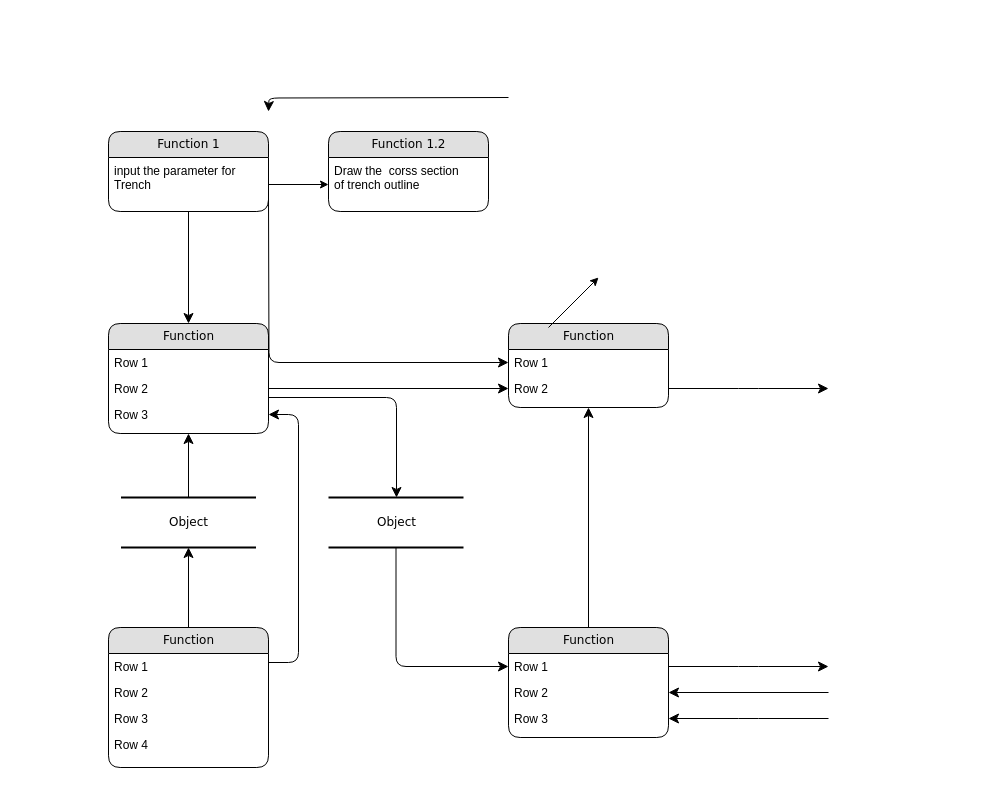
This is Untitled Diagram.drawio from OMEN-Watson/CodeExercises, a draw.io file, before an edit. Source tidied: cells renumbered, new cells numbered last; positions are measured from the earlier drawing's top-left corner, leaving out a move shared by most shapes. Both pictures are drawn from the tidied source at 100%, with x=0, y=0 at pixel (108, 97).
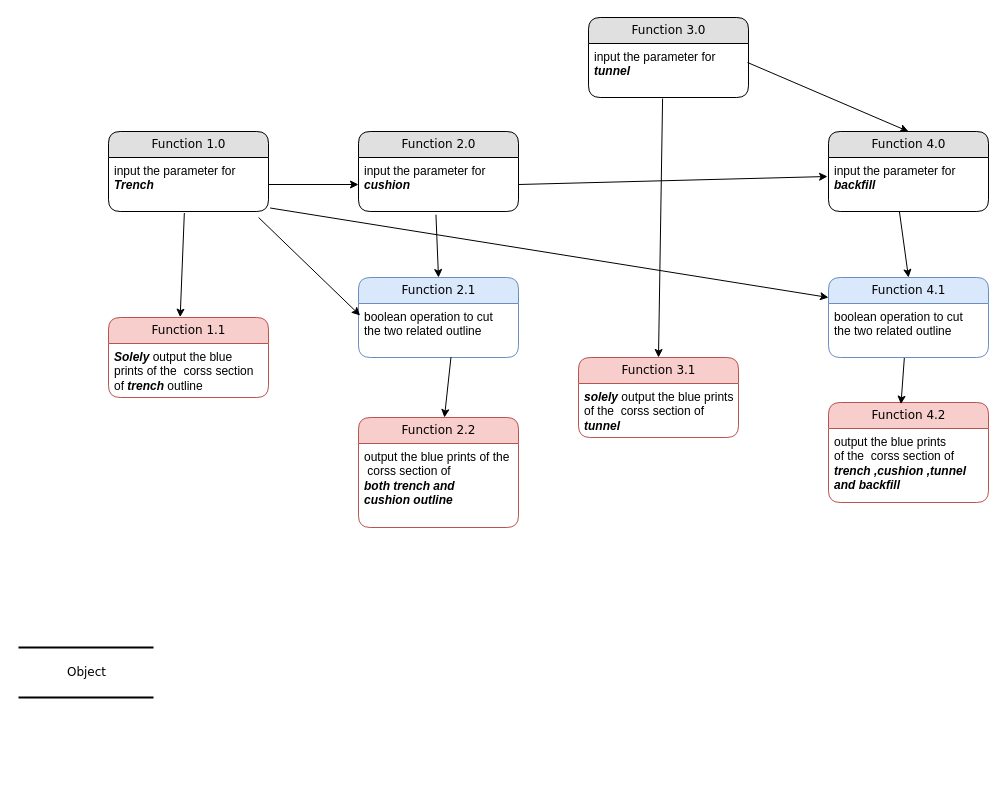
Above is the later version.

Diff of the diagram source:
```diff
@@
     <mxCell id="2" value="Object" style="html=1;rounded=0;shadow=0;comic=0;labelBackgroundColor=none;strokeWidth=2;fontFamily=Verdana;fontSize=12;align=center;shape=mxgraph.ios7ui.horLines;" parent="1" vertex="1">
-      <mxGeometry x="12.5" y="400" width="135" height="50" as="geometry" />
+      <mxGeometry x="-90" y="550" width="135" height="50" as="geometry" />
     </mxCell>
-    <mxCell id="3" value="Function 1" style="swimlane;html=1;fontStyle=0;horizontal=1;startSize=26;fillColor=#e0e0e0;swimlaneFillColor=#ffffff;align=center;rounded=1;shadow=0;comic=0;labelBackgroundColor=none;strokeWidth=1;fontFamily=Verdana;fontSize=12;" parent="1" vertex="1">
+    <mxCell id="3" value="Function 1.0" style="swimlane;html=1;fontStyle=0;horizontal=1;startSize=26;fillColor=#e0e0e0;swimlaneFillColor=#ffffff;align=center;rounded=1;shadow=0;comic=0;labelBackgroundColor=none;strokeWidth=1;fontFamily=Verdana;fontSize=12;" parent="1" vertex="1">
       <mxGeometry y="34" width="160" height="80" as="geometry" />
     </mxCell>
-    <mxCell id="4" value="input the parameter for Trench&lt;div&gt;&lt;br&gt;&lt;/div&gt;" style="text;html=1;strokeColor=none;fillColor=none;spacingLeft=4;spacingRight=4;whiteSpace=wrap;overflow=hidden;points=[[0,0.5],[1,0.5]];portConstraint=eastwest;" parent="3" vertex="1">
+    <mxCell id="4" value="input the parameter for &lt;b&gt;&lt;i&gt;Trench&lt;/i&gt;&lt;/b&gt;&lt;div&gt;&lt;br&gt;&lt;/div&gt;" style="text;html=1;strokeColor=none;fillColor=none;spacingLeft=4;spacingRight=4;whiteSpace=wrap;overflow=hidden;points=[[0,0.5],[1,0.5]];portConstraint=eastwest;" parent="3" vertex="1">
       <mxGeometry y="26" width="160" height="54" as="geometry" />
     </mxCell>
-    <mxCell id="5" value="Function 1.2" style="swimlane;html=1;fontStyle=0;horizontal=1;startSize=26;fillColor=#e0e0e0;swimlaneFillColor=#ffffff;align=center;rounded=1;shadow=0;comic=0;labelBackgroundColor=none;strokeWidth=1;fontFamily=Verdana;fontSize=12;" parent="1" vertex="1">
-      <mxGeometry x="220" y="34" width="160" height="80" as="geometry" />
+    <mxCell id="5" value="Function 1.1" style="swimlane;html=1;fontStyle=0;horizontal=1;startSize=26;fillColor=#f8cecc;swimlaneFillColor=#ffffff;align=center;rounded=1;shadow=0;comic=0;labelBackgroundColor=none;strokeWidth=1;fontFamily=Verdana;fontSize=12;strokeColor=#b85450;" parent="1" vertex="1">
+      <mxGeometry y="220" width="160" height="80" as="geometry" />
     </mxCell>
-    <mxCell id="6" value="Draw the &lt;span style=&quot;background-color: initial;&quot;&gt;&amp;nbsp;corss section of&amp;nbsp;&lt;/span&gt;trench&amp;nbsp;&lt;span style=&quot;background-color: initial;&quot;&gt;outline&lt;/span&gt;" style="text;html=1;strokeColor=none;fillColor=none;spacingLeft=4;spacingRight=4;whiteSpace=wrap;overflow=hidden;points=[[0,0.5],[1,0.5]];portConstraint=eastwest;" parent="5" vertex="1">
+    <mxCell id="6" value="&lt;b&gt;&lt;i&gt;Solely &lt;/i&gt;&lt;/b&gt;output the blue prints of the &lt;span style=&quot;background-color: initial;&quot;&gt;&amp;nbsp;corss section of&amp;nbsp;&lt;/span&gt;&lt;b&gt;&lt;i&gt;trench&amp;nbsp;&lt;/i&gt;&lt;/b&gt;&lt;span style=&quot;background-color: initial;&quot;&gt;outline&lt;/span&gt;" style="text;html=1;strokeColor=none;fillColor=none;spacingLeft=4;spacingRight=4;whiteSpace=wrap;overflow=hidden;points=[[0,0.5],[1,0.5]];portConstraint=eastwest;" parent="5" vertex="1">
       <mxGeometry y="26" width="160" height="54" as="geometry" />
     </mxCell>
-    <mxCell id="7" value="Function" style="swimlane;html=1;fontStyle=0;horizontal=1;startSize=26;fillColor=#e0e0e0;swimlaneFillColor=#ffffff;align=center;rounded=1;shadow=0;comic=0;labelBackgroundColor=none;strokeWidth=1;fontFamily=Verdana;fontSize=12;" parent="1" vertex="1">
-      <mxGeometry y="226" width="160" height="110" as="geometry" />
-    </mxCell>
-    <mxCell id="8" value="Row 1" style="text;html=1;strokeColor=none;fillColor=none;spacingLeft=4;spacingRight=4;whiteSpace=wrap;overflow=hidden;" parent="7" vertex="1">
-      <mxGeometry y="26" width="160" height="26" as="geometry" />
-    </mxCell>
-    <mxCell id="9" value="Row 2" style="text;html=1;strokeColor=none;fillColor=none;spacingLeft=4;spacingRight=4;whiteSpace=wrap;overflow=hidden;points=[[0,0.5],[1,0.5]];portConstraint=eastwest;" parent="7" vertex="1">
-      <mxGeometry y="52" width="160" height="26" as="geometry" />
-    </mxCell>
-    <mxCell id="10" value="Row 3" style="text;html=1;strokeColor=none;fillColor=none;spacingLeft=4;spacingRight=4;whiteSpace=wrap;overflow=hidden;points=[[0,0.5],[1,0.5]];portConstraint=eastwest;" parent="7" vertex="1">
-      <mxGeometry y="78" width="160" height="26" as="geometry" />
-    </mxCell>
-    <mxCell id="11" value="Function" style="swimlane;html=1;fontStyle=0;horizontal=1;startSize=26;fillColor=#e0e0e0;swimlaneFillColor=#ffffff;align=center;rounded=1;shadow=0;comic=0;labelBackgroundColor=none;strokeWidth=1;fontFamily=Verdana;fontSize=12;" parent="1" vertex="1">
-      <mxGeometry y="530" width="160" height="140" as="geometry" />
-    </mxCell>
-    <mxCell id="12" value="Row 1" style="text;html=1;strokeColor=none;fillColor=none;spacingLeft=4;spacingRight=4;whiteSpace=wrap;overflow=hidden;" parent="11" vertex="1">
-      <mxGeometry y="26" width="160" height="26" as="geometry" />
-    </mxCell>
-    <mxCell id="13" value="Row 2" style="text;html=1;strokeColor=none;fillColor=none;spacingLeft=4;spacingRight=4;whiteSpace=wrap;overflow=hidden;" parent="11" vertex="1">
-      <mxGeometry y="52" width="160" height="26" as="geometry" />
-    </mxCell>
-    <mxCell id="14" value="Row 3" style="text;html=1;strokeColor=none;fillColor=none;spacingLeft=4;spacingRight=4;whiteSpace=wrap;overflow=hidden;" parent="11" vertex="1">
-      <mxGeometry y="78" width="160" height="26" as="geometry" />
-    </mxCell>
-    <mxCell id="15" value="Row 4" style="text;html=1;strokeColor=none;fillColor=none;spacingLeft=4;spacingRight=4;whiteSpace=wrap;overflow=hidden;" parent="11" vertex="1">
-      <mxGeometry y="104" width="160" height="26" as="geometry" />
-    </mxCell>
-    <mxCell id="16" value="Function" style="swimlane;html=1;fontStyle=0;horizontal=1;startSize=26;fillColor=#e0e0e0;swimlaneFillColor=#ffffff;align=center;rounded=1;shadow=0;comic=0;labelBackgroundColor=none;strokeWidth=1;fontFamily=Verdana;fontSize=12;" parent="1" vertex="1">
-      <mxGeometry x="400" y="226" width="160" height="84" as="geometry" />
-    </mxCell>
-    <mxCell id="17" value="Row 1" style="text;html=1;strokeColor=none;fillColor=none;spacingLeft=4;spacingRight=4;whiteSpace=wrap;overflow=hidden;points=[[0,0.5],[1,0.5]];portConstraint=eastwest;" parent="16" vertex="1">
-      <mxGeometry y="26" width="160" height="26" as="geometry" />
-    </mxCell>
-    <mxCell id="18" value="Row 2" style="text;html=1;strokeColor=none;fillColor=none;spacingLeft=4;spacingRight=4;whiteSpace=wrap;overflow=hidden;points=[[0,0.5],[1,0.5]];portConstraint=eastwest;" parent="16" vertex="1">
-      <mxGeometry y="52" width="160" height="26" as="geometry" />
-    </mxCell>
-    <mxCell id="19" value="Function" style="swimlane;html=1;fontStyle=0;horizontal=1;startSize=26;fillColor=#e0e0e0;swimlaneFillColor=#ffffff;align=center;rounded=1;shadow=0;comic=0;labelBackgroundColor=none;strokeWidth=1;fontFamily=Verdana;fontSize=12;" parent="1" vertex="1">
-      <mxGeometry x="400" y="530" width="160" height="110" as="geometry" />
-    </mxCell>
-    <mxCell id="20" value="Row 1" style="text;html=1;strokeColor=none;fillColor=none;spacingLeft=4;spacingRight=4;whiteSpace=wrap;overflow=hidden;points=[[0,0.5],[1,0.5]];portConstraint=eastwest;" parent="19" vertex="1">
-      <mxGeometry y="26" width="160" height="26" as="geometry" />
-    </mxCell>
-    <mxCell id="21" value="Row 2" style="text;html=1;strokeColor=none;fillColor=none;spacingLeft=4;spacingRight=4;whiteSpace=wrap;overflow=hidden;points=[[0,0.5],[1,0.5]];portConstraint=eastwest;" parent="19" vertex="1">
-      <mxGeometry y="52" width="160" height="26" as="geometry" />
-    </mxCell>
-    <mxCell id="22" value="Row 3" style="text;html=1;strokeColor=none;fillColor=none;spacingLeft=4;spacingRight=4;whiteSpace=wrap;overflow=hidden;points=[[0,0.5],[1,0.5]];portConstraint=eastwest;" parent="19" vertex="1">
-      <mxGeometry y="78" width="160" height="26" as="geometry" />
-    </mxCell>
-    <mxCell id="23" value="Object" style="html=1;rounded=0;shadow=0;comic=0;labelBackgroundColor=none;strokeWidth=2;fontFamily=Verdana;fontSize=12;align=center;shape=mxgraph.ios7ui.horLines;" parent="1" vertex="1">
-      <mxGeometry x="220" y="400" width="135" height="50" as="geometry" />
-    </mxCell>
-    <mxCell id="24" style="edgeStyle=none;html=1;labelBackgroundColor=none;startFill=0;startSize=8;endFill=1;endSize=8;fontFamily=Verdana;fontSize=12;" parent="1" edge="1" source="11" target="2">
-      <mxGeometry relative="1" as="geometry" />
-    </mxCell>
-    <mxCell id="25" style="edgeStyle=none;html=1;labelBackgroundColor=none;startFill=0;startSize=8;endFill=1;endSize=8;fontFamily=Verdana;fontSize=12;" parent="1" edge="1" source="2" target="7">
-      <mxGeometry relative="1" as="geometry" />
-    </mxCell>
-    <mxCell id="26" style="edgeStyle=orthogonalEdgeStyle;html=1;labelBackgroundColor=none;startFill=0;startSize=8;endFill=1;endSize=8;fontFamily=Verdana;fontSize=12;exitX=1;exitY=0.25;entryX=1;entryY=0.5;" parent="1" edge="1" source="11" target="10">
-      <mxGeometry relative="1" as="geometry">
-        <Array as="points">
-          <mxPoint x="190" y="565" />
-          <mxPoint x="190" y="317" />
-        </Array>
-      </mxGeometry>
-    </mxCell>
-    <mxCell id="27" style="edgeStyle=orthogonalEdgeStyle;html=1;labelBackgroundColor=none;startFill=0;startSize=8;endFill=1;endSize=8;fontFamily=Verdana;fontSize=12;" parent="1" edge="1" source="23" target="20">
-      <mxGeometry x="-0.13" y="32" relative="1" as="geometry" />
-    </mxCell>
-    <mxCell id="28" style="edgeStyle=orthogonalEdgeStyle;html=1;labelBackgroundColor=none;startFill=0;startSize=8;endFill=1;endSize=8;fontFamily=Verdana;fontSize=12;" parent="1" edge="1" source="7" target="23">
-      <mxGeometry relative="1" as="geometry">
-        <Array as="points">
-          <mxPoint x="288" y="300" />
-        </Array>
-      </mxGeometry>
-    </mxCell>
-    <mxCell id="29" style="edgeStyle=orthogonalEdgeStyle;html=1;labelBackgroundColor=none;startFill=0;startSize=8;endFill=1;endSize=8;fontFamily=Verdana;fontSize=12;" parent="1" edge="1" source="3" target="7">
-      <mxGeometry relative="1" as="geometry" />
-    </mxCell>
-    <mxCell id="30" style="edgeStyle=orthogonalEdgeStyle;html=1;labelBackgroundColor=none;startFill=0;startSize=8;endFill=1;endSize=8;fontFamily=Verdana;fontSize=12;" parent="1" edge="1" source="19" target="16">
-      <mxGeometry relative="1" as="geometry" />
-    </mxCell>
-    <mxCell id="31" style="edgeStyle=orthogonalEdgeStyle;html=1;exitX=0;exitY=0.5;entryX=1;entryY=0.5;labelBackgroundColor=none;startFill=0;startSize=8;endFill=1;endSize=8;fontFamily=Verdana;fontSize=12;" parent="1" edge="1">
-      <mxGeometry relative="1" as="geometry">
-        <mxPoint x="400" as="sourcePoint" />
-        <mxPoint x="160" y="14" as="targetPoint" />
-      </mxGeometry>
-    </mxCell>
-    <mxCell id="32" style="edgeStyle=orthogonalEdgeStyle;html=1;exitX=1;exitY=0.5;entryX=0;entryY=0.5;labelBackgroundColor=none;startFill=0;startSize=8;endFill=1;endSize=8;fontFamily=Verdana;fontSize=12;" parent="1" edge="1" target="17">
-      <mxGeometry relative="1" as="geometry">
-        <mxPoint x="160" y="99" as="sourcePoint" />
-      </mxGeometry>
-    </mxCell>
-    <mxCell id="33" style="edgeStyle=orthogonalEdgeStyle;html=1;exitX=1;exitY=0.5;entryX=0;entryY=0.5;labelBackgroundColor=none;startFill=0;startSize=8;endFill=1;endSize=8;fontFamily=Verdana;fontSize=12;" parent="1" edge="1" source="9" target="18">
-      <mxGeometry relative="1" as="geometry" />
-    </mxCell>
-    <mxCell id="34" style="edgeStyle=orthogonalEdgeStyle;html=1;labelBackgroundColor=none;startFill=0;startSize=8;endFill=1;endSize=8;fontFamily=Verdana;fontSize=12;" parent="1" edge="1" source="18">
-      <mxGeometry relative="1" as="geometry">
-        <mxPoint x="720" y="291" as="targetPoint" />
-      </mxGeometry>
-    </mxCell>
-    <mxCell id="35" style="edgeStyle=orthogonalEdgeStyle;html=1;exitX=1;exitY=0.5;labelBackgroundColor=none;startFill=0;startSize=8;endFill=1;endSize=8;fontFamily=Verdana;fontSize=12;" parent="1" edge="1" source="20">
-      <mxGeometry relative="1" as="geometry">
-        <mxPoint x="720" y="569" as="targetPoint" />
-      </mxGeometry>
-    </mxCell>
-    <mxCell id="36" style="edgeStyle=orthogonalEdgeStyle;html=1;labelBackgroundColor=none;startFill=0;startSize=8;endFill=1;endSize=8;fontFamily=Verdana;fontSize=12;entryX=1;entryY=0.5;" parent="1" edge="1" target="21">
-      <mxGeometry relative="1" as="geometry">
-        <mxPoint x="720" y="595" as="sourcePoint" />
-        <Array as="points">
-          <mxPoint x="720" y="595" />
-        </Array>
-      </mxGeometry>
-    </mxCell>
-    <mxCell id="37" style="edgeStyle=orthogonalEdgeStyle;html=1;labelBackgroundColor=none;startFill=0;startSize=8;endFill=1;endSize=8;fontFamily=Verdana;fontSize=12;entryX=1;entryY=0.5;" parent="1" edge="1" target="22">
-      <mxGeometry relative="1" as="geometry">
-        <mxPoint x="720" y="621" as="sourcePoint" />
-        <Array as="points">
-          <mxPoint x="640" y="621" />
-          <mxPoint x="640" y="621" />
-        </Array>
-      </mxGeometry>
-    </mxCell>
-    <mxCell id="38" style="endArrow=classic;html=1;rounded=0;" parent="1" edge="1">
-      <mxGeometry relative="1" as="geometry">
-        <mxPoint x="440" y="230" as="sourcePoint" />
-        <mxPoint x="490" y="180" as="targetPoint" />
-      </mxGeometry>
-    </mxCell>
-    <mxCell id="39" style="edgeStyle=orthogonalEdgeStyle;rounded=0;jettySize=auto;html=1;exitX=1;exitY=0.5;exitDx=0;exitDy=0;" parent="1" edge="1" source="4" target="6">
-      <mxGeometry relative="1" as="geometry" />
-    </mxCell>
+    <mxCell id="40" value="Function 2.0" style="swimlane;html=1;fontStyle=0;horizontal=1;startSize=26;fillColor=#e0e0e0;swimlaneFillColor=#ffffff;align=center;rounded=1;shadow=0;comic=0;labelBackgroundColor=none;strokeWidth=1;fontFamily=Verdana;fontSize=12;" parent="1" vertex="1">
+      <mxGeometry x="250" y="34" width="160" height="80" as="geometry" />
+    </mxCell>
+    <mxCell id="41" value="input the parameter for &lt;b&gt;&lt;i&gt;cushion&lt;/i&gt;&lt;/b&gt;&lt;div&gt;&lt;br&gt;&lt;div&gt;&lt;br&gt;&lt;/div&gt;&lt;/div&gt;" style="text;html=1;strokeColor=none;fillColor=none;spacingLeft=4;spacingRight=4;whiteSpace=wrap;overflow=hidden;points=[[0,0.5],[1,0.5]];portConstraint=eastwest;" parent="40" vertex="1">
+      <mxGeometry y="26" width="160" height="54" as="geometry" />
+    </mxCell>
+    <mxCell id="42" style="edgeStyle=orthogonalEdgeStyle;rounded=0;jettySize=auto;html=1;exitX=1;exitY=0.5;exitDx=0;exitDy=0;" parent="1" edge="1" source="4" target="41">
+      <mxGeometry relative="1" as="geometry" />
+    </mxCell>
+    <mxCell id="43" value="Function 3.0" style="swimlane;html=1;fontStyle=0;horizontal=1;startSize=26;fillColor=#e0e0e0;swimlaneFillColor=#ffffff;align=center;rounded=1;shadow=0;comic=0;labelBackgroundColor=none;strokeWidth=1;fontFamily=Verdana;fontSize=12;" parent="1" vertex="1">
+      <mxGeometry x="480" y="-80" width="160" height="80" as="geometry" />
+    </mxCell>
+    <mxCell id="44" value="input the parameter for &lt;b&gt;&lt;i&gt;tunnel&lt;/i&gt;&lt;/b&gt;&lt;div&gt;&lt;br&gt;&lt;div&gt;&lt;br&gt;&lt;/div&gt;&lt;/div&gt;" style="text;html=1;strokeColor=none;fillColor=none;spacingLeft=4;spacingRight=4;whiteSpace=wrap;overflow=hidden;points=[[0,0.5],[1,0.5]];portConstraint=eastwest;" parent="43" vertex="1">
+      <mxGeometry y="26" width="160" height="54" as="geometry" />
+    </mxCell>
+    <mxCell id="45" value="Function 4.2" style="swimlane;html=1;fontStyle=0;horizontal=1;startSize=26;fillColor=#f8cecc;swimlaneFillColor=#ffffff;align=center;rounded=1;shadow=0;comic=0;labelBackgroundColor=none;strokeWidth=1;fontFamily=Verdana;fontSize=12;strokeColor=#b85450;" parent="1" vertex="1">
+      <mxGeometry x="720" y="305" width="160" height="100" as="geometry" />
+    </mxCell>
+    <mxCell id="46" value="&lt;div&gt;&lt;span style=&quot;background-color: initial;&quot;&gt;output the blue prints of&lt;/span&gt;&lt;span style=&quot;background-color: initial;&quot;&gt;&amp;nbsp;&lt;/span&gt;the&amp;nbsp;&lt;span style=&quot;background-color: initial;&quot;&gt;&amp;nbsp;corss section of &lt;b&gt;&lt;i&gt;trench ,cushion ,tunnel and backfill&lt;/i&gt;&lt;/b&gt;&lt;/span&gt;&lt;/div&gt;" style="text;html=1;strokeColor=none;fillColor=none;spacingLeft=4;spacingRight=4;whiteSpace=wrap;overflow=hidden;" parent="45" vertex="1">
+      <mxGeometry y="26" width="160" height="74" as="geometry" />
+    </mxCell>
+    <mxCell id="47" value="Function 2.1" style="swimlane;html=1;fontStyle=0;horizontal=1;startSize=26;fillColor=#dae8fc;swimlaneFillColor=#ffffff;align=center;rounded=1;shadow=0;comic=0;labelBackgroundColor=none;strokeWidth=1;fontFamily=Verdana;fontSize=12;strokeColor=#6c8ebf;" parent="1" vertex="1">
+      <mxGeometry x="250" y="180" width="160" height="80" as="geometry" />
+    </mxCell>
+    <mxCell id="48" value="&lt;div&gt;&lt;div&gt;boolean operation to cut&amp;nbsp; the two related outline&lt;/div&gt;&lt;/div&gt;" style="text;html=1;strokeColor=none;fillColor=none;spacingLeft=4;spacingRight=4;whiteSpace=wrap;overflow=hidden;points=[[0,0.5],[1,0.5]];portConstraint=eastwest;" parent="47" vertex="1">
+      <mxGeometry y="26" width="160" height="54" as="geometry" />
+    </mxCell>
+    <mxCell id="49" value="Function 4.0" style="swimlane;html=1;fontStyle=0;horizontal=1;startSize=26;fillColor=#e0e0e0;swimlaneFillColor=#ffffff;align=center;rounded=1;shadow=0;comic=0;labelBackgroundColor=none;strokeWidth=1;fontFamily=Verdana;fontSize=12;" parent="1" vertex="1">
+      <mxGeometry x="720" y="34" width="160" height="80" as="geometry" />
+    </mxCell>
+    <mxCell id="50" value="input the parameter for &lt;b&gt;&lt;i&gt;backfill&lt;/i&gt;&lt;/b&gt;&lt;div&gt;&lt;br&gt;&lt;div&gt;&lt;br&gt;&lt;/div&gt;&lt;/div&gt;" style="text;html=1;strokeColor=none;fillColor=none;spacingLeft=4;spacingRight=4;whiteSpace=wrap;overflow=hidden;points=[[0,0.5],[1,0.5]];portConstraint=eastwest;" parent="49" vertex="1">
+      <mxGeometry y="26" width="160" height="54" as="geometry" />
+    </mxCell>
+    <mxCell id="51" style="endArrow=classic;html=1;rounded=0;exitX=0.474;exitY=1.028;exitDx=0;exitDy=0;exitPerimeter=0;entryX=0.448;entryY=-0.004;entryDx=0;entryDy=0;entryPerimeter=0;" parent="1" edge="1" source="4" target="5">
+      <mxGeometry relative="1" as="geometry" />
+    </mxCell>
+    <mxCell id="52" value="Function 2.2" style="swimlane;html=1;fontStyle=0;horizontal=1;startSize=26;fillColor=#f8cecc;swimlaneFillColor=#ffffff;align=center;rounded=1;shadow=0;comic=0;labelBackgroundColor=none;strokeWidth=1;fontFamily=Verdana;fontSize=12;strokeColor=#b85450;" parent="1" vertex="1">
+      <mxGeometry x="250" y="320" width="160" height="110" as="geometry" />
+    </mxCell>
+    <mxCell id="53" value="output the blue prints of&amp;nbsp;the &lt;span style=&quot;background-color: initial;&quot;&gt;&amp;nbsp;corss section of &lt;b&gt;&lt;i&gt;both&amp;nbsp;&lt;/i&gt;&lt;/b&gt;&lt;/span&gt;&lt;b&gt;&lt;i&gt;trench and cushion&amp;nbsp;&lt;span style=&quot;background-color: initial;&quot;&gt;outline&lt;/span&gt;&lt;/i&gt;&lt;/b&gt;" style="text;html=1;strokeColor=none;fillColor=none;spacingLeft=4;spacingRight=4;whiteSpace=wrap;overflow=hidden;" parent="52" vertex="1">
+      <mxGeometry y="26" width="160" height="84" as="geometry" />
+    </mxCell>
+    <mxCell id="54" style="endArrow=classic;html=1;rounded=0;exitX=0.484;exitY=1.059;exitDx=0;exitDy=0;exitPerimeter=0;entryX=0.5;entryY=0;entryDx=0;entryDy=0;" parent="1" edge="1" source="41" target="47">
+      <mxGeometry relative="1" as="geometry" />
+    </mxCell>
+    <mxCell id="55" style="endArrow=classic;html=1;rounded=0;exitX=0.578;exitY=0.994;exitDx=0;exitDy=0;exitPerimeter=0;" parent="1" edge="1" source="48" target="52">
+      <mxGeometry relative="1" as="geometry" />
+    </mxCell>
+    <mxCell id="56" style="endArrow=classic;html=1;rounded=0;exitX=1;exitY=0.5;exitDx=0;exitDy=0;entryX=-0.006;entryY=0.352;entryDx=0;entryDy=0;entryPerimeter=0;" parent="1" edge="1" source="41" target="50">
+      <mxGeometry relative="1" as="geometry" />
+    </mxCell>
+    <mxCell id="57" style="endArrow=classic;html=1;rounded=0;exitX=0.443;exitY=0.997;exitDx=0;exitDy=0;exitPerimeter=0;entryX=0.5;entryY=0;entryDx=0;entryDy=0;" parent="1" edge="1" source="50" target="59">
+      <mxGeometry relative="1" as="geometry" />
+    </mxCell>
+    <mxCell id="58" style="endArrow=classic;html=1;rounded=0;exitX=0.938;exitY=1.111;exitDx=0;exitDy=0;exitPerimeter=0;entryX=0.01;entryY=0.222;entryDx=0;entryDy=0;entryPerimeter=0;" parent="1" edge="1" source="4" target="48">
+      <mxGeometry relative="1" as="geometry" />
+    </mxCell>
+    <mxCell id="59" value="Function 4.1" style="swimlane;html=1;fontStyle=0;horizontal=1;startSize=26;fillColor=#dae8fc;swimlaneFillColor=#ffffff;align=center;rounded=1;shadow=0;comic=0;labelBackgroundColor=none;strokeWidth=1;fontFamily=Verdana;fontSize=12;strokeColor=#6c8ebf;" parent="1" vertex="1">
+      <mxGeometry x="720" y="180" width="160" height="80" as="geometry" />
+    </mxCell>
+    <mxCell id="60" value="&lt;div&gt;&lt;div&gt;boolean operation to cut&amp;nbsp; the two related outline&lt;/div&gt;&lt;/div&gt;" style="text;html=1;strokeColor=none;fillColor=none;spacingLeft=4;spacingRight=4;whiteSpace=wrap;overflow=hidden;points=[[0,0.5],[1,0.5]];portConstraint=eastwest;" parent="59" vertex="1">
+      <mxGeometry y="26" width="160" height="54" as="geometry" />
+    </mxCell>
+    <mxCell id="61" style="endArrow=classic;html=1;rounded=0;exitX=1.01;exitY=0.935;exitDx=0;exitDy=0;exitPerimeter=0;entryX=0;entryY=0.25;entryDx=0;entryDy=0;" parent="1" edge="1" source="4" target="59">
+      <mxGeometry relative="1" as="geometry" />
+    </mxCell>
+    <mxCell id="62" style="endArrow=classic;html=1;rounded=0;exitX=0.474;exitY=1.009;exitDx=0;exitDy=0;exitPerimeter=0;entryX=0.453;entryY=0.017;entryDx=0;entryDy=0;entryPerimeter=0;" parent="1" edge="1" source="60" target="45">
+      <mxGeometry relative="1" as="geometry" />
+    </mxCell>
+    <mxCell id="63" value="Function 3.1" style="swimlane;html=1;fontStyle=0;horizontal=1;startSize=26;fillColor=#f8cecc;swimlaneFillColor=#ffffff;align=center;rounded=1;shadow=0;comic=0;labelBackgroundColor=none;strokeWidth=1;fontFamily=Verdana;fontSize=12;strokeColor=#b85450;" parent="1" vertex="1">
+      <mxGeometry x="470" y="260" width="160" height="80" as="geometry" />
+    </mxCell>
+    <mxCell id="64" value="&lt;b&gt;&lt;i&gt;solely&amp;nbsp;&lt;/i&gt;&lt;/b&gt;&lt;span style=&quot;background-color: initial;&quot;&gt;output the blue prints of&amp;nbsp;the &lt;/span&gt;&lt;span style=&quot;background-color: initial;&quot;&gt;&amp;nbsp;corss section of &lt;b&gt;&lt;i&gt;tunnel&lt;/i&gt;&lt;/b&gt;&lt;/span&gt;" style="text;html=1;strokeColor=none;fillColor=none;spacingLeft=4;spacingRight=4;whiteSpace=wrap;overflow=hidden;" parent="63" vertex="1">
+      <mxGeometry y="26" width="160" height="54" as="geometry" />
+    </mxCell>
+    <mxCell id="65" style="endArrow=classic;html=1;rounded=0;exitX=0.463;exitY=1.019;exitDx=0;exitDy=0;exitPerimeter=0;entryX=0.5;entryY=0;entryDx=0;entryDy=0;" parent="1" edge="1" source="44" target="63">
+      <mxGeometry relative="1" as="geometry" />
+    </mxCell>
+    <mxCell id="66" style="endArrow=classic;html=1;rounded=0;exitX=0.994;exitY=0.352;exitDx=0;exitDy=0;exitPerimeter=0;entryX=0.5;entryY=0;entryDx=0;entryDy=0;" parent="1" edge="1" source="44" target="49">
+      <mxGeometry relative="1" as="geometry" />
+    </mxCell>
```
